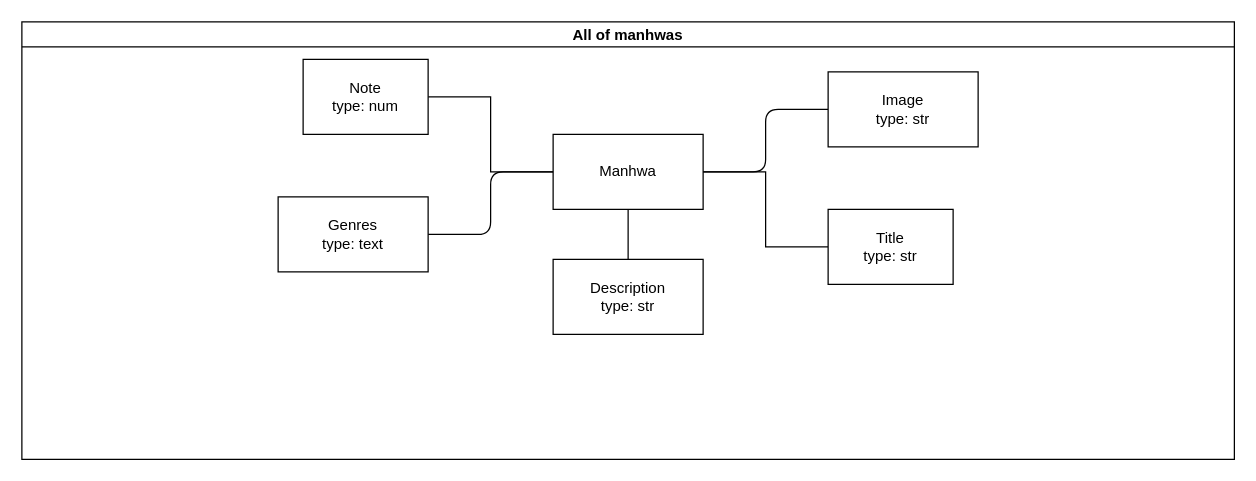
This is src/schemas/models/design.drawio from yoshtempest/manhwa-library, a draw.io file, before an edit. Source tidied: cells renumbered, new cells numbered last; positions are measured from the earlier drawing's top-left corner, leaving out a move shared by most shapes. Both pictures are drawn from the tidied source at 125%, with x=0, y=0 at pixel (21, 21).
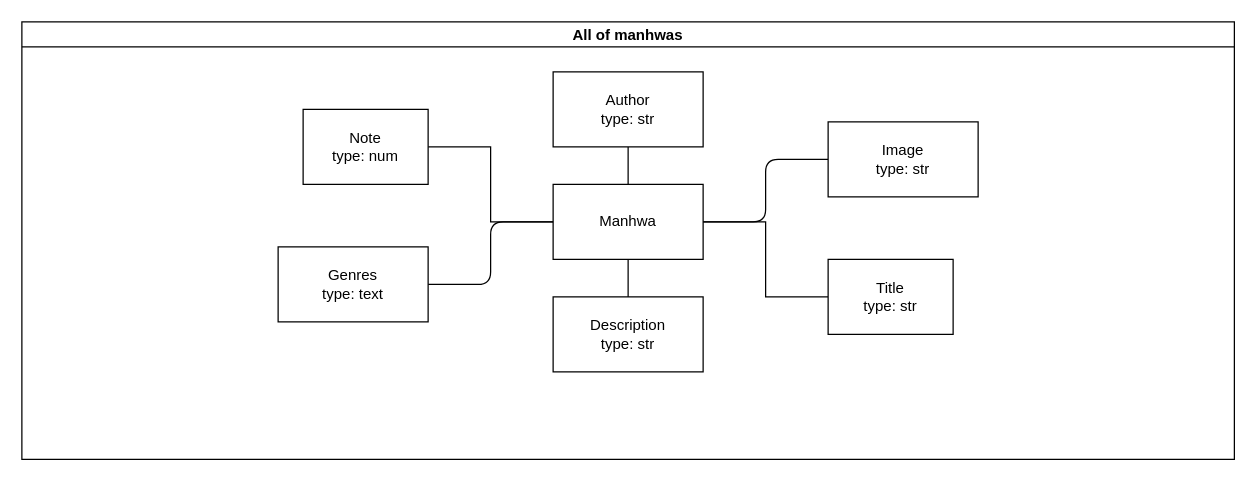
After the change.

The edit, as a diff of the source:
```diff
@@
 <mxGraphModel>
   <root>
     <mxCell id="0" />
     <mxCell id="1" parent="0" />
     <mxCell id="2" value="All of manhwas" style="swimlane;startSize=20;horizontal=1;containerType=tree;newEdgeStyle={&quot;edgeStyle&quot;:&quot;elbowEdgeStyle&quot;,&quot;startArrow&quot;:&quot;none&quot;,&quot;endArrow&quot;:&quot;none&quot;};gradientColor=none;swimlaneFillColor=default;" parent="1" vertex="1">
       <mxGeometry width="970" height="350" as="geometry" />
     </mxCell>
     <mxCell id="3" style="edgeStyle=elbowEdgeStyle;elbow=vertical;sourcePerimeterSpacing=0;targetPerimeterSpacing=0;startArrow=none;endArrow=none;rounded=0;curved=0;" parent="2" edge="1" source="5" target="6">
       <mxGeometry relative="1" as="geometry" />
     </mxCell>
     <mxCell id="4" style="edgeStyle=elbowEdgeStyle;elbow=vertical;sourcePerimeterSpacing=0;targetPerimeterSpacing=0;startArrow=none;endArrow=none;rounded=0;curved=0;" parent="2" edge="1" source="5" target="7">
       <mxGeometry relative="1" as="geometry" />
     </mxCell>
     <mxCell id="5" value="Manhwa" style="whiteSpace=wrap;html=1;align=center;newEdgeStyle={&quot;edgeStyle&quot;:&quot;elbowEdgeStyle&quot;,&quot;startArrow&quot;:&quot;none&quot;,&quot;endArrow&quot;:&quot;none&quot;};" parent="2" vertex="1">
-      <mxGeometry x="425" y="90" width="120" height="60" as="geometry" />
+      <mxGeometry x="425" y="130" width="120" height="60" as="geometry" />
     </mxCell>
     <mxCell id="6" value="Title&lt;br&gt;type: str" style="whiteSpace=wrap;html=1;align=center;verticalAlign=middle;newEdgeStyle={&quot;edgeStyle&quot;:&quot;elbowEdgeStyle&quot;,&quot;startArrow&quot;:&quot;none&quot;,&quot;endArrow&quot;:&quot;none&quot;};gradientColor=none;" parent="2" vertex="1">
-      <mxGeometry x="645" y="150" width="100" height="60" as="geometry" />
+      <mxGeometry x="645" y="190" width="100" height="60" as="geometry" />
     </mxCell>
     <mxCell id="7" value="Note&lt;br&gt;type: num" style="whiteSpace=wrap;html=1;align=center;verticalAlign=middle;newEdgeStyle={&quot;edgeStyle&quot;:&quot;elbowEdgeStyle&quot;,&quot;startArrow&quot;:&quot;none&quot;,&quot;endArrow&quot;:&quot;none&quot;};" parent="2" vertex="1">
-      <mxGeometry x="225" y="30" width="100" height="60" as="geometry" />
+      <mxGeometry x="225" y="70" width="100" height="60" as="geometry" />
     </mxCell>
     <mxCell id="8" style="edgeStyle=elbowEdgeStyle;html=1;elbow=horizontal;startArrow=none;endArrow=none;" parent="2" edge="1" source="5" target="9">
       <mxGeometry relative="1" as="geometry" />
     </mxCell>
     <mxCell id="9" value="Genres&lt;br&gt;type: text" style="whiteSpace=wrap;html=1;align=center;newEdgeStyle={&quot;edgeStyle&quot;:&quot;elbowEdgeStyle&quot;,&quot;startArrow&quot;:&quot;none&quot;,&quot;endArrow&quot;:&quot;none&quot;};" parent="2" vertex="1">
-      <mxGeometry x="205" y="140" width="120" height="60" as="geometry" />
+      <mxGeometry x="205" y="180" width="120" height="60" as="geometry" />
     </mxCell>
     <mxCell id="10" style="edgeStyle=elbowEdgeStyle;html=1;elbow=horizontal;startArrow=none;endArrow=none;" parent="2" edge="1" source="5" target="11">
       <mxGeometry relative="1" as="geometry" />
     </mxCell>
     <mxCell id="11" value="Image&lt;div&gt;&lt;span style=&quot;color: rgb(0, 0, 0);&quot;&gt;type: str&lt;/span&gt;&lt;/div&gt;" style="whiteSpace=wrap;html=1;align=center;newEdgeStyle={&quot;edgeStyle&quot;:&quot;elbowEdgeStyle&quot;,&quot;startArrow&quot;:&quot;none&quot;,&quot;endArrow&quot;:&quot;none&quot;};" parent="2" vertex="1">
-      <mxGeometry x="645" y="40" width="120" height="60" as="geometry" />
+      <mxGeometry x="645" y="80" width="120" height="60" as="geometry" />
     </mxCell>
     <mxCell id="12" style="edgeStyle=elbowEdgeStyle;html=1;elbow=vertical;startArrow=none;endArrow=none;" parent="2" edge="1" source="5" target="13">
       <mxGeometry relative="1" as="geometry" />
     </mxCell>
     <mxCell id="13" value="Description&lt;br&gt;type: str" style="whiteSpace=wrap;html=1;align=center;newEdgeStyle={&quot;edgeStyle&quot;:&quot;elbowEdgeStyle&quot;,&quot;startArrow&quot;:&quot;none&quot;,&quot;endArrow&quot;:&quot;none&quot;};" parent="2" vertex="1">
-      <mxGeometry x="425" y="190" width="120" height="60" as="geometry" />
+      <mxGeometry x="425" y="220" width="120" height="60" as="geometry" />
     </mxCell>
+    <mxCell id="14" style="edgeStyle=elbowEdgeStyle;html=1;elbow=horizontal;startArrow=none;endArrow=none;" parent="2" edge="1" source="5" target="15">
+      <mxGeometry relative="1" as="geometry" />
+    </mxCell>
+    <mxCell id="15" value="Author&lt;br&gt;type: str" style="whiteSpace=wrap;html=1;align=center;newEdgeStyle={&quot;edgeStyle&quot;:&quot;elbowEdgeStyle&quot;,&quot;startArrow&quot;:&quot;none&quot;,&quot;endArrow&quot;:&quot;none&quot;};" parent="2" vertex="1">
+      <mxGeometry x="425" y="40" width="120" height="60" as="geometry" />
+    </mxCell>
   </root>
 </mxGraphModel>
```
